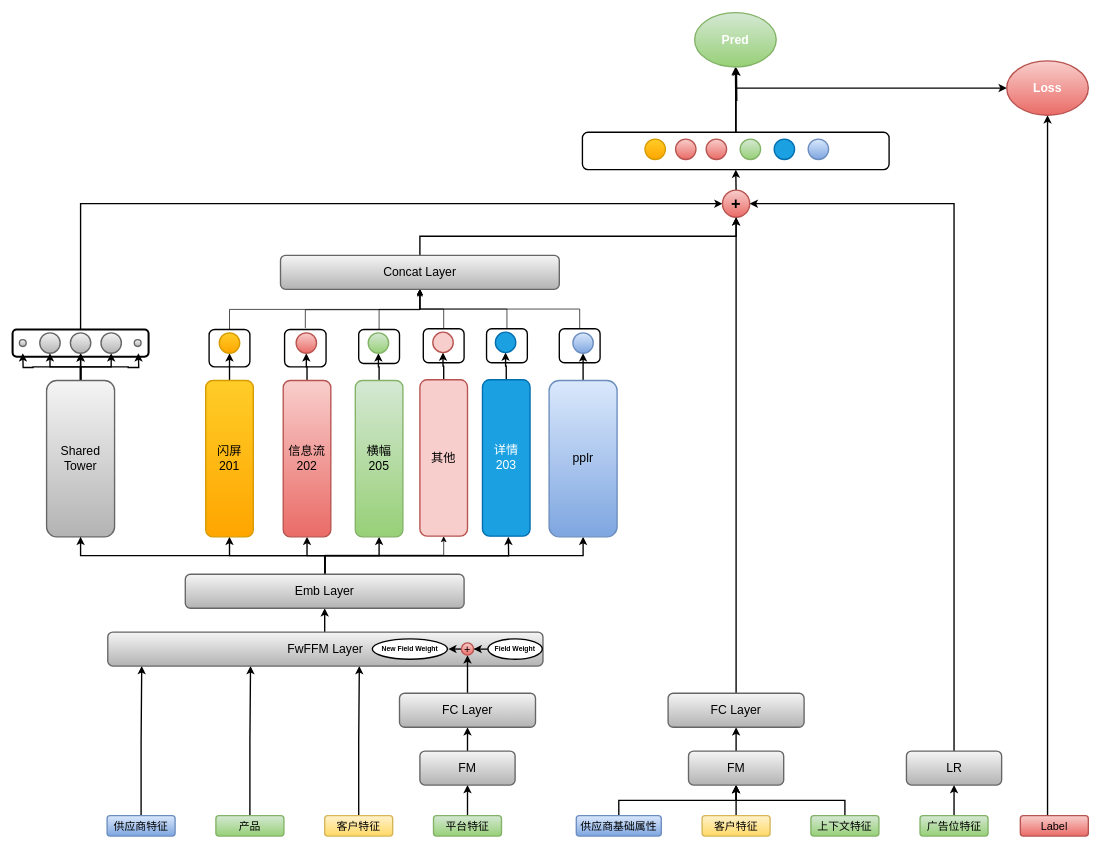
Above: GYS1.drawio in TimDengx86/diag (draw.io), before the change. Source tidied: cells renumbered, new cells numbered last; positions are measured from the earlier drawing's top-left corner, leaving out a move shared by most shapes. Both pictures are drawn from the tidied source at 68%, with x=0, y=0 at pixel (12, 12).
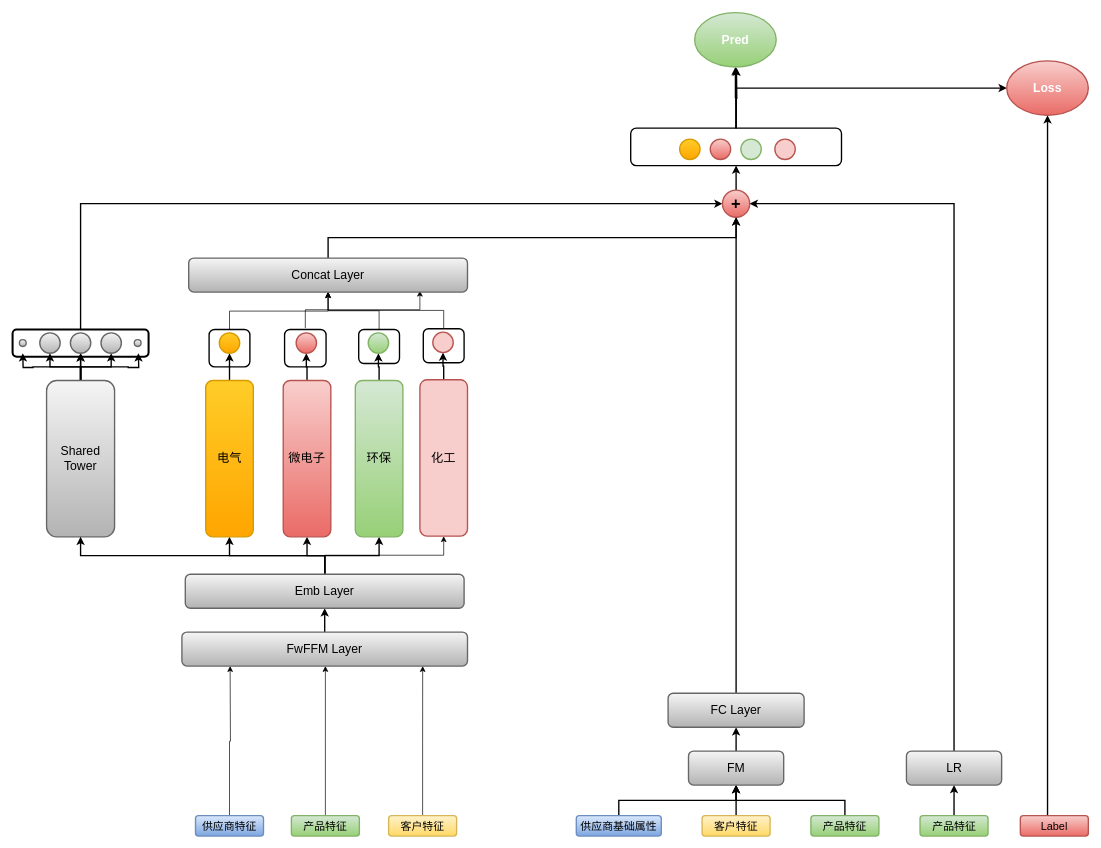
The same page after the edit.

Unchanged cells that the change refers to:
```xml
<mxCell id="38" value="Emb Layer" style="rounded=1;whiteSpace=wrap;html=1;fontSize=18;fillColor=#f5f5f5;gradientColor=#b3b3b3;strokeColor=#666666;strokeWidth=2;" parent="1" vertex="1">
  <mxGeometry x="254" y="826" width="410" height="50" as="geometry" />
</mxCell>
<mxCell id="75" style="rounded=1;whiteSpace=wrap;html=1;shadow=0;gradientColor=none;fillColor=none;strokeWidth=2;" parent="1" vertex="1">
  <mxGeometry x="289" y="466" width="60" height="55" as="geometry" />
</mxCell>
<mxCell id="98" style="rounded=1;whiteSpace=wrap;html=1;shadow=0;gradientColor=none;fillColor=none;strokeWidth=2;" parent="1" vertex="1">
  <mxGeometry x="604" y="465" width="60" height="50" as="geometry" />
</mxCell>
```

Diff of the diagram source:
```diff
@@
-    <mxCell id="2" style="edgeStyle=orthogonalEdgeStyle;rounded=0;jettySize=auto;html=1;exitX=0.5;exitY=0;exitDx=0;exitDy=0;entryX=0.078;entryY=1;entryDx=0;entryDy=0;entryPerimeter=0;strokeWidth=2;" parent="1" edge="1" source="3" target="21">
-      <mxGeometry relative="1" as="geometry" />
+    <mxCell id="2" style="edgeStyle=orthogonalEdgeStyle;rounded=0;jettySize=auto;html=1;exitX=0.5;exitY=0;exitDx=0;exitDy=0;entryX=0.078;entryY=1;entryDx=0;entryDy=0;entryPerimeter=0;strokeWidth=1;jumpSize=1;" parent="1" edge="1" source="3">
+      <mxGeometry relative="1" as="geometry">
+        <mxPoint x="319.9" y="961" as="targetPoint" />
+      </mxGeometry>
     </mxCell>
     <mxCell id="3" value="供应商特征" style="rounded=1;whiteSpace=wrap;html=1;fontSize=16;fillColor=#dae8fc;strokeColor=#6c8ebf;gradientColor=#7ea6e0;strokeWidth=2;" parent="1" vertex="1">
-      <mxGeometry x="139" y="1181" width="100" height="30" as="geometry" />
+      <mxGeometry x="269" y="1181" width="100" height="30" as="geometry" />
     </mxCell>
-    <mxCell id="4" style="edgeStyle=orthogonalEdgeStyle;rounded=0;jettySize=auto;html=1;exitX=0.5;exitY=0;exitDx=0;exitDy=0;entryX=0.328;entryY=1;entryDx=0;entryDy=0;entryPerimeter=0;strokeWidth=2;" parent="1" edge="1" source="5" target="21">
-      <mxGeometry relative="1" as="geometry" />
-    </mxCell>
+    <mxCell id="106" style="edgeStyle=orthogonalEdgeStyle;rounded=0;jettySize=auto;html=1;exitX=0.5;exitY=0;exitDx=0;exitDy=0;entryX=0.25;entryY=1;entryDx=0;entryDy=0;" parent="1" edge="1" source="5">
+      <mxGeometry relative="1" as="geometry">
+        <mxPoint x="460" y="961" as="targetPoint" />
+      </mxGeometry>
+    </mxCell>
-    <mxCell id="5" value="产品" style="rounded=1;whiteSpace=wrap;html=1;fontSize=16;fillColor=#d5e8d4;strokeColor=#82b366;gradientColor=#97d077;strokeWidth=2;" parent="1" vertex="1">
-      <mxGeometry x="299" y="1181" width="100" height="30" as="geometry" />
+    <mxCell id="5" value="产品特征" style="rounded=1;whiteSpace=wrap;html=1;fontSize=16;fillColor=#d5e8d4;strokeColor=#82b366;gradientColor=#97d077;strokeWidth=2;" parent="1" vertex="1">
+      <mxGeometry x="410" y="1181" width="100" height="30" as="geometry" />
     </mxCell>
-    <mxCell id="6" style="edgeStyle=orthogonalEdgeStyle;rounded=0;jettySize=auto;html=1;exitX=0.5;exitY=0;exitDx=0;exitDy=0;entryX=0.578;entryY=1.001;entryDx=0;entryDy=0;entryPerimeter=0;strokeWidth=2;" parent="1" edge="1" source="7" target="21">
-      <mxGeometry relative="1" as="geometry" />
-    </mxCell>
+    <mxCell id="107" style="edgeStyle=orthogonalEdgeStyle;rounded=0;jumpSize=1;jettySize=auto;html=1;exitX=0.5;exitY=0;exitDx=0;exitDy=0;entryX=0.458;entryY=1;entryDx=0;entryDy=0;entryPerimeter=0;strokeWidth=1;" parent="1" edge="1" source="7">
+      <mxGeometry relative="1" as="geometry">
+        <mxPoint x="603.1" y="961" as="targetPoint" />
+      </mxGeometry>
+    </mxCell>
     <mxCell id="7" value="客户特征" style="rounded=1;whiteSpace=wrap;html=1;fontSize=16;fillColor=#fff2cc;strokeColor=#d6b656;gradientColor=#ffd966;strokeWidth=2;" parent="1" vertex="1">
-      <mxGeometry x="459" y="1181" width="100" height="30" as="geometry" />
+      <mxGeometry x="553" y="1181" width="100" height="30" as="geometry" />
     </mxCell>
-    <mxCell id="8" style="edgeStyle=orthogonalEdgeStyle;rounded=0;jettySize=auto;html=1;exitX=0.5;exitY=0;exitDx=0;exitDy=0;entryX=0.5;entryY=1;entryDx=0;entryDy=0;strokeWidth=2;" parent="1" edge="1" source="9" target="19">
-      <mxGeometry relative="1" as="geometry" />
-    </mxCell>
-    <mxCell id="9" value="平台特征" style="rounded=1;whiteSpace=wrap;html=1;fontSize=16;fillColor=#d5e8d4;strokeColor=#82b366;gradientColor=#97d077;strokeWidth=2;" parent="1" vertex="1">
-      <mxGeometry x="619" y="1181" width="100" height="30" as="geometry" />
-    </mxCell>
@@
-    <mxCell id="13" value="广告位特征" style="rounded=1;whiteSpace=wrap;html=1;fontSize=16;fillColor=#d5e8d4;strokeColor=#82b366;gradientColor=#97d077;strokeWidth=2;" parent="1" vertex="1">
+    <mxCell id="13" value="产品特征" style="rounded=1;whiteSpace=wrap;html=1;fontSize=16;fillColor=#d5e8d4;strokeColor=#82b366;gradientColor=#97d077;strokeWidth=2;" parent="1" vertex="1">
       <mxGeometry x="1334.5" y="1181" width="100" height="30" as="geometry" />
     </mxCell>
@@
-    <mxCell id="17" value="上下文特征" style="rounded=1;whiteSpace=wrap;html=1;fontSize=16;fillColor=#d5e8d4;strokeColor=#82b366;gradientColor=#97d077;strokeWidth=2;" parent="1" vertex="1">
+    <mxCell id="17" value="产品特征" style="rounded=1;whiteSpace=wrap;html=1;fontSize=16;fillColor=#d5e8d4;strokeColor=#82b366;gradientColor=#97d077;strokeWidth=2;" parent="1" vertex="1">
       <mxGeometry x="1174" y="1181" width="100" height="30" as="geometry" />
     </mxCell>
-    <mxCell id="18" style="edgeStyle=orthogonalEdgeStyle;rounded=0;jettySize=auto;html=1;exitX=0.5;exitY=0;exitDx=0;exitDy=0;entryX=0.5;entryY=1;entryDx=0;entryDy=0;strokeWidth=2;" parent="1" edge="1" source="19" target="23">
-      <mxGeometry relative="1" as="geometry" />
-    </mxCell>
-    <mxCell id="19" value="FM" style="rounded=1;whiteSpace=wrap;html=1;fontSize=18;fillColor=#f5f5f5;gradientColor=#b3b3b3;strokeColor=#666666;strokeWidth=2;" parent="1" vertex="1">
-      <mxGeometry x="599" y="1086" width="140" height="50" as="geometry" />
-    </mxCell>
@@
     <mxCell id="21" value="FwFFM Layer" style="rounded=1;whiteSpace=wrap;html=1;fontSize=18;fillColor=#f5f5f5;gradientColor=#b3b3b3;strokeColor=#666666;strokeWidth=2;" parent="1" vertex="1">
-      <mxGeometry x="140" y="911" width="640" height="50" as="geometry" />
+      <mxGeometry x="249" y="911" width="420" height="50" as="geometry" />
     </mxCell>
-    <mxCell id="22" style="edgeStyle=orthogonalEdgeStyle;rounded=0;jettySize=auto;html=1;exitX=0.5;exitY=0;exitDx=0;exitDy=0;entryX=0.5;entryY=1;entryDx=0;entryDy=0;strokeWidth=2;" parent="1" edge="1" source="23" target="87">
-      <mxGeometry relative="1" as="geometry" />
-    </mxCell>
-    <mxCell id="23" value="FC Layer" style="rounded=1;whiteSpace=wrap;html=1;fontSize=18;fillColor=#f5f5f5;strokeColor=#666666;gradientColor=#b3b3b3;strokeWidth=2;" parent="1" vertex="1">
-      <mxGeometry x="569" y="1001" width="200" height="50" as="geometry" />
-    </mxCell>
@@
-    <mxCell id="34" style="edgeStyle=orthogonalEdgeStyle;rounded=0;jettySize=auto;html=1;exitX=0.5;exitY=0;exitDx=0;exitDy=0;entryX=0.5;entryY=1;entryDx=0;entryDy=0;strokeWidth=2;" parent="1" edge="1" source="38">
-      <mxGeometry relative="1" as="geometry">
-        <mxPoint x="729" y="771" as="targetPoint" />
-      </mxGeometry>
-    </mxCell>
-    <mxCell id="35" style="edgeStyle=orthogonalEdgeStyle;rounded=0;jettySize=auto;html=1;exitX=0.5;exitY=0;exitDx=0;exitDy=0;entryX=0.5;entryY=1;entryDx=0;entryDy=0;strokeWidth=2;" parent="1" edge="1" source="38" target="46">
-      <mxGeometry relative="1" as="geometry" />
-    </mxCell>
@@
-    <mxCell id="40" value="闪屏&lt;br&gt;201" style="rounded=1;whiteSpace=wrap;html=1;fontSize=18;fillColor=#ffcd28;gradientColor=#ffa500;strokeColor=#d79b00;strokeWidth=2;" parent="1" vertex="1">
+    <mxCell id="40" value="电气" style="rounded=1;whiteSpace=wrap;html=1;fontSize=18;fillColor=#ffcd28;gradientColor=#ffa500;strokeColor=#d79b00;strokeWidth=2;" parent="1" vertex="1">
       <mxGeometry x="284" y="541" width="70" height="230" as="geometry" />
     </mxCell>
@@
-    <mxCell id="42" value="信息流202" style="rounded=1;whiteSpace=wrap;html=1;fontSize=18;fillColor=#f8cecc;gradientColor=#ea6b66;strokeColor=#b85450;strokeWidth=2;" parent="1" vertex="1">
+    <mxCell id="42" value="微电子" style="rounded=1;whiteSpace=wrap;html=1;fontSize=18;fillColor=#f8cecc;gradientColor=#ea6b66;strokeColor=#b85450;strokeWidth=2;" parent="1" vertex="1">
       <mxGeometry x="398" y="541" width="70" height="230" as="geometry" />
     </mxCell>
@@
-    <mxCell id="44" value="横幅&lt;br&gt;205" style="rounded=1;whiteSpace=wrap;html=1;fontSize=18;fillColor=#d5e8d4;gradientColor=#97d077;strokeColor=#82b366;strokeWidth=2;" parent="1" vertex="1">
+    <mxCell id="44" value="环保" style="rounded=1;whiteSpace=wrap;html=1;fontSize=18;fillColor=#d5e8d4;gradientColor=#97d077;strokeColor=#82b366;strokeWidth=2;" parent="1" vertex="1">
       <mxGeometry x="504" y="541" width="70" height="230" as="geometry" />
     </mxCell>
-    <mxCell id="45" style="edgeStyle=orthogonalEdgeStyle;rounded=0;jettySize=auto;html=1;exitX=0.5;exitY=0;exitDx=0;exitDy=0;entryX=0.5;entryY=1;entryDx=0;entryDy=0;strokeWidth=2;" parent="1" edge="1" source="46" target="49">
-      <mxGeometry relative="1" as="geometry" />
-    </mxCell>
-    <mxCell id="46" value="pplr" style="rounded=1;whiteSpace=wrap;html=1;fontSize=18;fillColor=#dae8fc;gradientColor=#7ea6e0;strokeColor=#6c8ebf;strokeWidth=2;" parent="1" vertex="1">
-      <mxGeometry x="789" y="541" width="100" height="230" as="geometry" />
-    </mxCell>
@@
-    <mxCell id="49" style="ellipse;whiteSpace=wrap;html=1;fillColor=#dae8fc;gradientColor=#7ea6e0;strokeColor=#6c8ebf;strokeWidth=2;" parent="1" vertex="1">
-      <mxGeometry x="824" y="471" width="30" height="30" as="geometry" />
-    </mxCell>
@@
-    <mxCell id="56" style="ellipse;whiteSpace=wrap;html=1;fillColor=#1ba1e2;strokeColor=#006EAF;strokeWidth=2;fontColor=#ffffff;" parent="1" vertex="1">
-      <mxGeometry x="1120" y="186" width="30" height="30" as="geometry" />
-    </mxCell>
-    <mxCell id="57" style="ellipse;whiteSpace=wrap;html=1;fillColor=#dae8fc;gradientColor=#7ea6e0;strokeColor=#6c8ebf;strokeWidth=2;" parent="1" vertex="1">
-      <mxGeometry x="1170" y="186" width="30" height="30" as="geometry" />
-    </mxCell>
     <mxCell id="58" style="ellipse;whiteSpace=wrap;html=1;fillColor=#ffcd28;gradientColor=#ffa500;strokeColor=#d79b00;strokeWidth=2;" parent="1" vertex="1">
-      <mxGeometry x="930" y="186" width="30" height="30" as="geometry" />
+      <mxGeometry x="981" y="186" width="30" height="30" as="geometry" />
     </mxCell>
     <mxCell id="59" style="ellipse;whiteSpace=wrap;html=1;fillColor=#f8cecc;gradientColor=#ea6b66;strokeColor=#b85450;strokeWidth=2;" parent="1" vertex="1">
-      <mxGeometry x="975" y="186" width="30" height="30" as="geometry" />
+      <mxGeometry x="1026" y="186" width="30" height="30" as="geometry" />
     </mxCell>
-    <mxCell id="60" style="ellipse;whiteSpace=wrap;html=1;fillColor=#f8cecc;gradientColor=#ea6b66;strokeColor=#b85450;strokeWidth=2;" parent="1" vertex="1">
-      <mxGeometry x="1020" y="186" width="30" height="30" as="geometry" />
+    <mxCell id="60" style="ellipse;whiteSpace=wrap;html=1;fillColor=#d5e8d4;strokeColor=#82b366;strokeWidth=2;" parent="1" vertex="1">
+      <mxGeometry x="1071" y="186" width="30" height="30" as="geometry" />
     </mxCell>
-    <mxCell id="61" style="ellipse;whiteSpace=wrap;html=1;fillColor=#d5e8d4;gradientColor=#97d077;strokeColor=#82b366;strokeWidth=2;" parent="1" vertex="1">
-      <mxGeometry x="1070" y="186" width="30" height="30" as="geometry" />
+    <mxCell id="61" style="ellipse;whiteSpace=wrap;html=1;fillColor=#f8cecc;strokeColor=#b85450;strokeWidth=2;" parent="1" vertex="1">
+      <mxGeometry x="1121" y="186" width="30" height="30" as="geometry" />
     </mxCell>
@@
     <mxCell id="73" style="rounded=1;whiteSpace=wrap;html=1;shadow=0;gradientColor=none;fillColor=none;strokeWidth=2;" parent="1" vertex="1">
-      <mxGeometry x="838" y="176" width="451" height="55" as="geometry" />
+      <mxGeometry x="909" y="170" width="310" height="55" as="geometry" />
     </mxCell>
     <mxCell id="74" style="edgeStyle=orthogonalEdgeStyle;rounded=0;jettySize=auto;html=1;exitX=0.5;exitY=0;exitDx=0;exitDy=0;entryX=0.5;entryY=1;entryDx=0;entryDy=0;" parent="1" edge="1" source="75" target="81">
-      <mxGeometry relative="1" as="geometry" />
+      <mxGeometry relative="1" as="geometry">
+        <Array as="points">
+          <mxPoint x="319" y="439" />
+          <mxPoint x="464" y="439" />
+        </Array>
+      </mxGeometry>
     </mxCell>
@@
     <mxCell id="81" value="Concat Layer" style="rounded=1;whiteSpace=wrap;html=1;fontSize=18;fillColor=#f5f5f5;gradientColor=#b3b3b3;strokeColor=#666666;strokeWidth=2;" parent="1" vertex="1">
-      <mxGeometry x="394" y="357" width="410" height="50" as="geometry" />
+      <mxGeometry x="259" y="361" width="410" height="50" as="geometry" />
     </mxCell>
@@
-    <mxCell id="84" style="edgeStyle=orthogonalEdgeStyle;rounded=0;jettySize=auto;html=1;exitX=0;exitY=0.5;exitDx=0;exitDy=0;fontSize=18;strokeWidth=2;" parent="1" edge="1" source="85" target="87">
-      <mxGeometry relative="1" as="geometry" />
-    </mxCell>
-    <mxCell id="85" value="&lt;b&gt;Field Weight&lt;/b&gt;" style="ellipse;whiteSpace=wrap;html=1;shadow=0;fontSize=10;strokeWidth=2;" parent="1" vertex="1">
-      <mxGeometry x="699" y="921" width="80" height="30" as="geometry" />
-    </mxCell>
-    <mxCell id="86" style="edgeStyle=orthogonalEdgeStyle;rounded=0;jettySize=auto;html=1;exitX=0;exitY=0.5;exitDx=0;exitDy=0;entryX=1.012;entryY=0.515;entryDx=0;entryDy=0;entryPerimeter=0;fontSize=18;strokeWidth=2;" parent="1" edge="1" source="87" target="88">
-      <mxGeometry relative="1" as="geometry" />
-    </mxCell>
-    <mxCell id="87" value="+" style="ellipse;whiteSpace=wrap;html=1;shadow=0;fontSize=16;fillColor=#f8cecc;gradientColor=#ea6b66;strokeColor=#b85450;align=center;verticalAlign=middle;strokeWidth=2;" parent="1" vertex="1">
-      <mxGeometry x="660" y="927" width="18" height="18" as="geometry" />
-    </mxCell>
-    <mxCell id="88" value="&lt;b&gt;New Field Weight&lt;/b&gt;" style="ellipse;whiteSpace=wrap;html=1;shadow=0;fontSize=10;strokeWidth=2;" parent="1" vertex="1">
-      <mxGeometry x="529" y="921" width="110.5" height="30" as="geometry" />
-    </mxCell>
@@
-    <mxCell id="95" value="其他" style="rounded=1;whiteSpace=wrap;html=1;fontSize=18;fillColor=#f8cecc;strokeColor=#b85450;strokeWidth=2;" parent="1" vertex="1">
+    <mxCell id="95" value="化工" style="rounded=1;whiteSpace=wrap;html=1;fontSize=18;fillColor=#f8cecc;strokeColor=#b85450;strokeWidth=2;" parent="1" vertex="1">
       <mxGeometry x="599" y="540" width="70" height="230" as="geometry" />
     </mxCell>
@@
     <mxCell id="97" style="edgeStyle=orthogonalEdgeStyle;rounded=0;jettySize=auto;html=1;exitX=0.5;exitY=0;exitDx=0;exitDy=0;entryX=0.5;entryY=1;entryDx=0;entryDy=0;" parent="1" edge="1" source="98" target="81">
-      <mxGeometry relative="1" as="geometry" />
+      <mxGeometry relative="1" as="geometry">
+        <Array as="points">
+          <mxPoint x="634" y="438" />
+          <mxPoint x="464" y="438" />
+        </Array>
+      </mxGeometry>
     </mxCell>
@@
-    <mxCell id="99" style="edgeStyle=orthogonalEdgeStyle;rounded=0;jettySize=auto;html=1;exitX=0.5;exitY=0;exitDx=0;exitDy=0;entryX=0.5;entryY=1;entryDx=0;entryDy=0;strokeWidth=2;" parent="1" edge="1" source="100" target="101">
-      <mxGeometry relative="1" as="geometry" />
-    </mxCell>
-    <mxCell id="100" value="详情&lt;br&gt;203" style="rounded=1;whiteSpace=wrap;html=1;fontSize=18;fillColor=#1ba1e2;strokeColor=#006EAF;strokeWidth=2;fontColor=#ffffff;" parent="1" vertex="1">
-      <mxGeometry x="691" y="540" width="70" height="230" as="geometry" />
-    </mxCell>
-    <mxCell id="101" style="ellipse;whiteSpace=wrap;html=1;fillColor=#1ba1e2;strokeColor=#006EAF;strokeWidth=2;fontColor=#ffffff;" parent="1" vertex="1">
-      <mxGeometry x="710" y="470" width="30" height="30" as="geometry" />
-    </mxCell>
-    <mxCell id="102" style="edgeStyle=orthogonalEdgeStyle;rounded=0;jettySize=auto;html=1;exitX=0.5;exitY=0;exitDx=0;exitDy=0;entryX=0.5;entryY=1;entryDx=0;entryDy=0;" parent="1" edge="1" source="103" target="81">
-      <mxGeometry relative="1" as="geometry" />
-    </mxCell>
-    <mxCell id="103" style="rounded=1;whiteSpace=wrap;html=1;shadow=0;gradientColor=none;fillColor=none;strokeWidth=2;" parent="1" vertex="1">
-      <mxGeometry x="697" y="465" width="60" height="50" as="geometry" />
-    </mxCell>
-    <mxCell id="104" style="edgeStyle=orthogonalEdgeStyle;rounded=0;jettySize=auto;html=1;exitX=0.5;exitY=0;exitDx=0;exitDy=0;entryX=0.5;entryY=1;entryDx=0;entryDy=0;" parent="1" edge="1" source="105" target="81">
-      <mxGeometry relative="1" as="geometry" />
-    </mxCell>
-    <mxCell id="105" style="rounded=1;whiteSpace=wrap;html=1;shadow=0;gradientColor=none;fillColor=none;strokeWidth=2;" parent="1" vertex="1">
-      <mxGeometry x="804" y="465" width="60" height="50" as="geometry" />
-    </mxCell>
```
